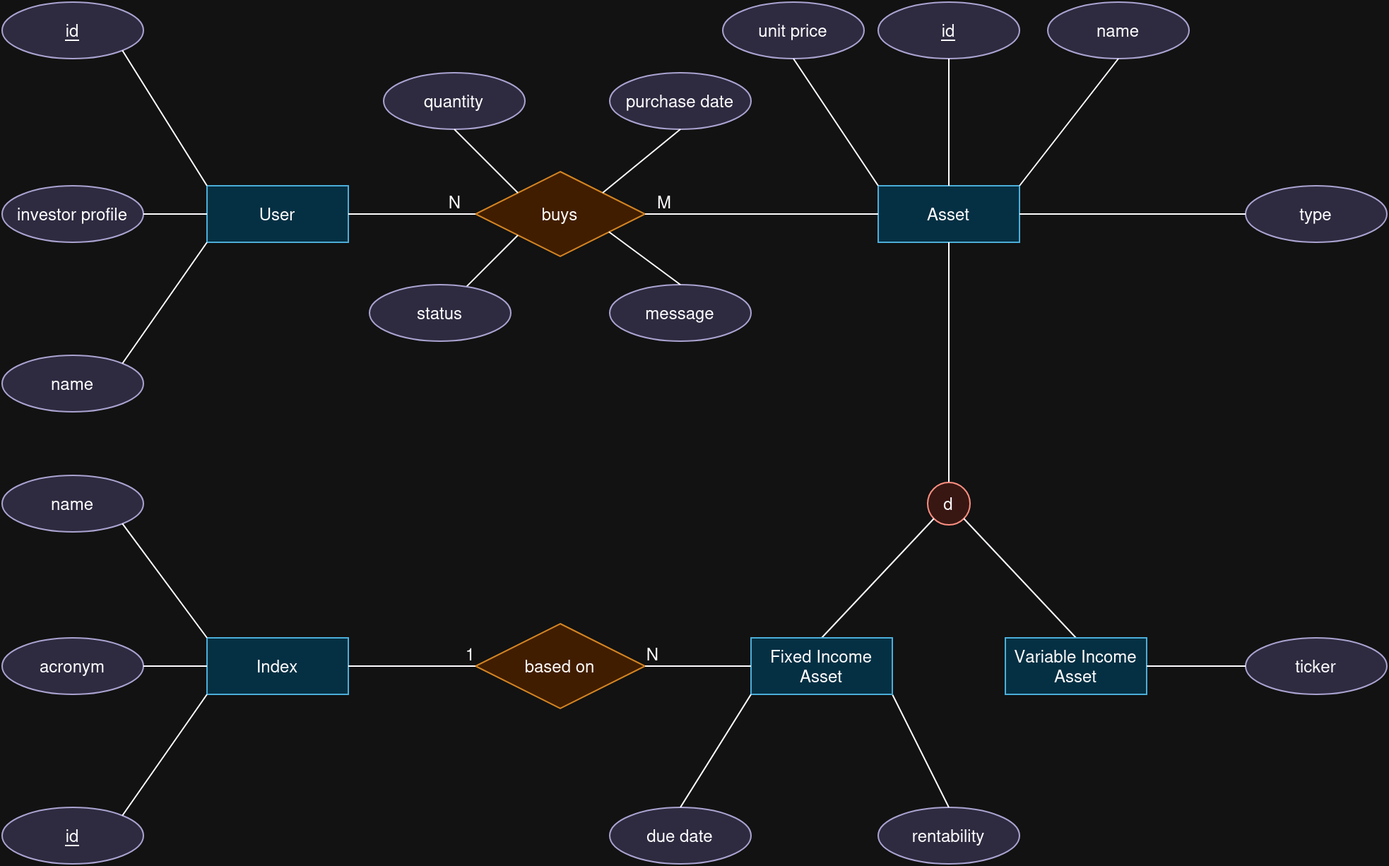
This is investment_service_erd.png from lincolnjpg/investment_service, a draw.io export, as it was before one commit. Source tidied: cells renumbered, new cells last; positions are measured from the earlier drawing's top-left corner, leaving out a move shared by most shapes.
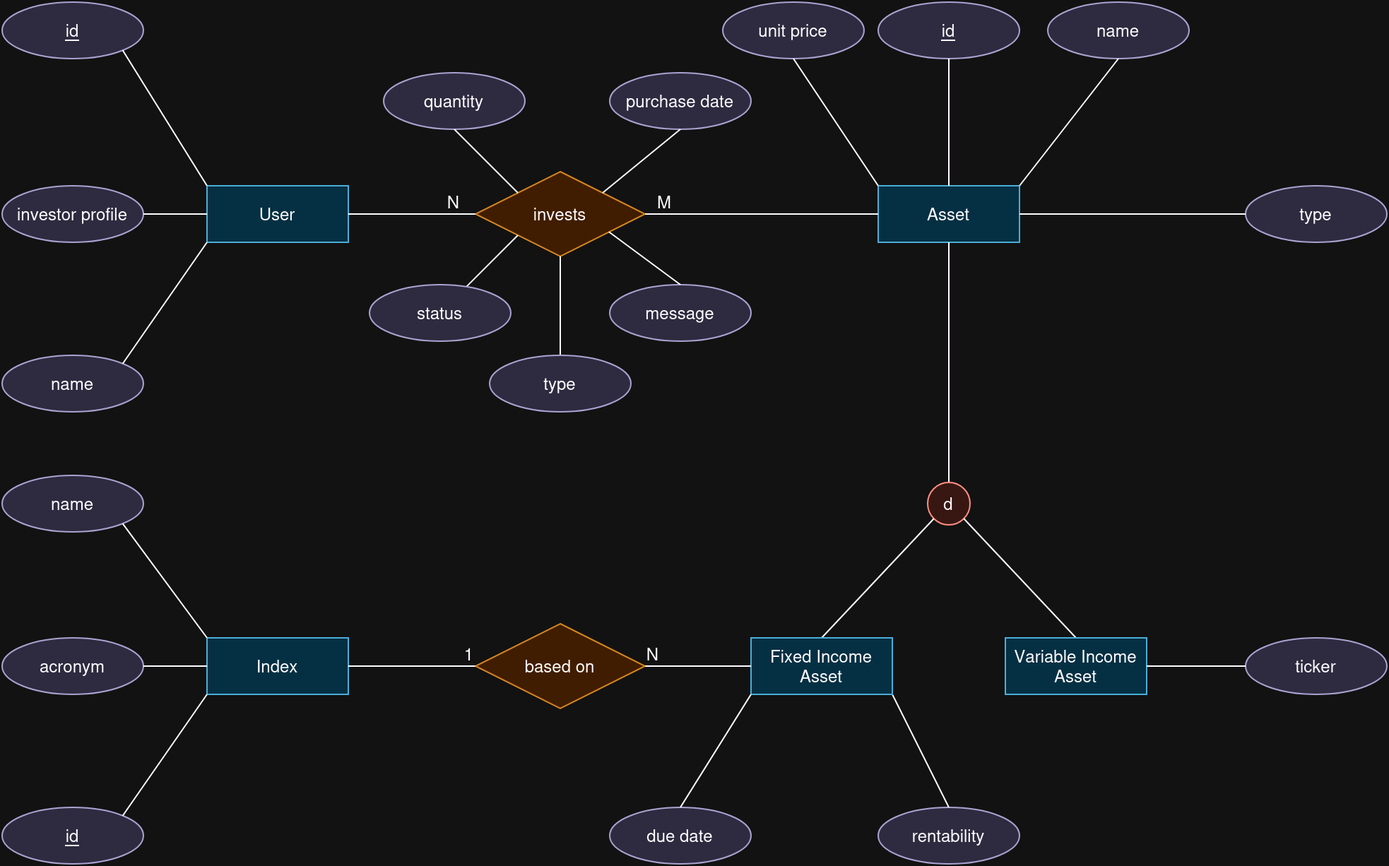
Later version of the same file.

Diff of the diagram source:
```diff
@@ -11,7 +11,7 @@
     <mxCell id="4" value="Index" style="whiteSpace=wrap;html=1;align=center;fillColor=#b1ddf0;strokeColor=#10739e;" parent="1" vertex="1">
       <mxGeometry x="145" y="450" width="100" height="40" as="geometry" />
     </mxCell>
-    <mxCell id="5" value="buys" style="shape=rhombus;perimeter=rhombusPerimeter;whiteSpace=wrap;html=1;align=center;fillColor=#fad7ac;strokeColor=#b46504;" parent="1" vertex="1">
+    <mxCell id="5" value="invests" style="shape=rhombus;perimeter=rhombusPerimeter;whiteSpace=wrap;html=1;align=center;fillColor=#fad7ac;strokeColor=#b46504;" parent="1" vertex="1">
       <mxGeometry x="335" y="120" width="120" height="60" as="geometry" />
     </mxCell>
     <mxCell id="6" value="based on" style="shape=rhombus;perimeter=rhombusPerimeter;whiteSpace=wrap;html=1;align=center;fillColor=#fad7ac;strokeColor=#b46504;" parent="1" vertex="1">
@@ -167,5 +167,11 @@
     <mxCell id="54" style="endArrow=none;html=1;rounded=0;entryX=0.787;entryY=0.71;entryDx=0;entryDy=0;entryPerimeter=0;exitX=0.5;exitY=0;exitDx=0;exitDy=0;" parent="1" edge="1" source="53" target="5">
       <mxGeometry relative="1" as="geometry" />
     </mxCell>
+    <mxCell id="55" style="endArrow=none;html=1;rounded=0;exitX=0.5;exitY=1;exitDx=0;exitDy=0;entryX=0.5;entryY=0;entryDx=0;entryDy=0;" parent="1" edge="1" source="5" target="56">
+      <mxGeometry relative="1" as="geometry" />
+    </mxCell>
+    <mxCell id="56" value="type" style="ellipse;whiteSpace=wrap;html=1;align=center;fillColor=#d0cee2;strokeColor=#56517e;" parent="1" vertex="1">
+      <mxGeometry x="345" y="250" width="100" height="40" as="geometry" />
+    </mxCell>
   </root>
 </mxGraphModel>
```
